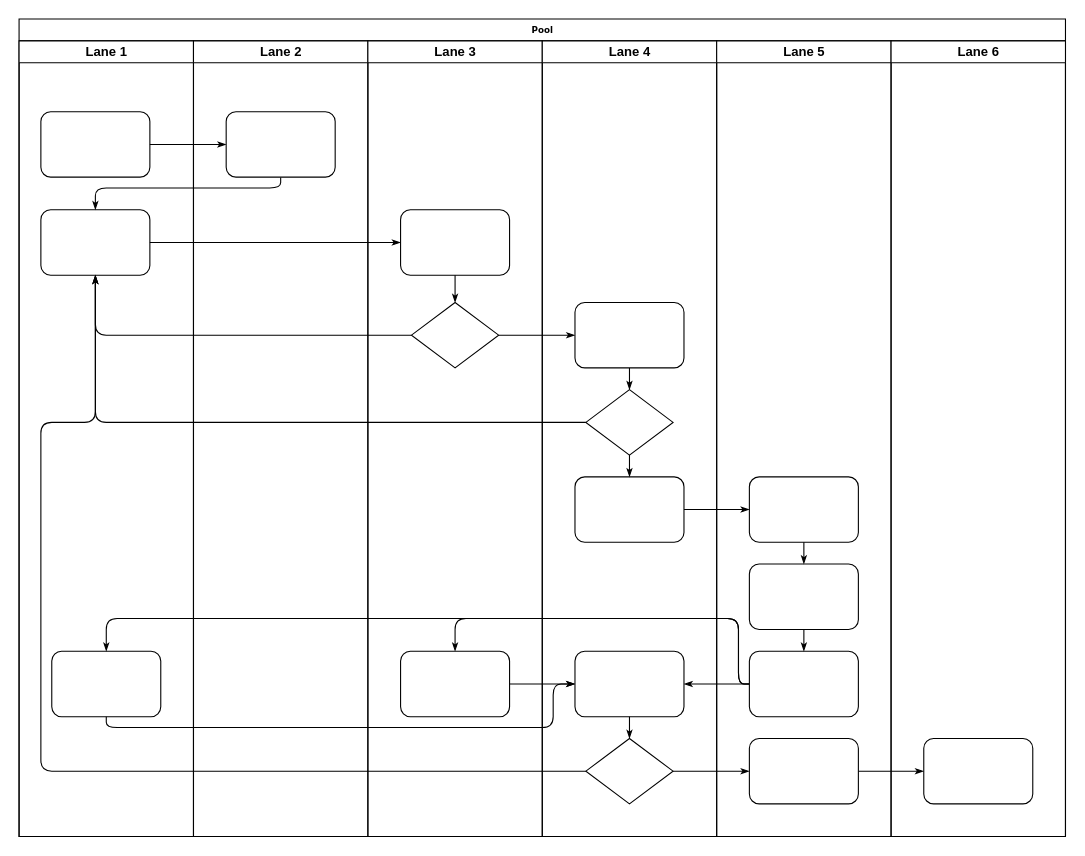
The draw.io diagram Java/Source/src/Untitled Diagram.drawio in showcup/Emoji, before the edit. Source tidied: cells renumbered, new cells numbered last; positions are measured from the earlier drawing's top-left corner, leaving out a move shared by most shapes. Both pictures are drawn from the tidied source at 109%, with x=0, y=0 at pixel (19, 19).
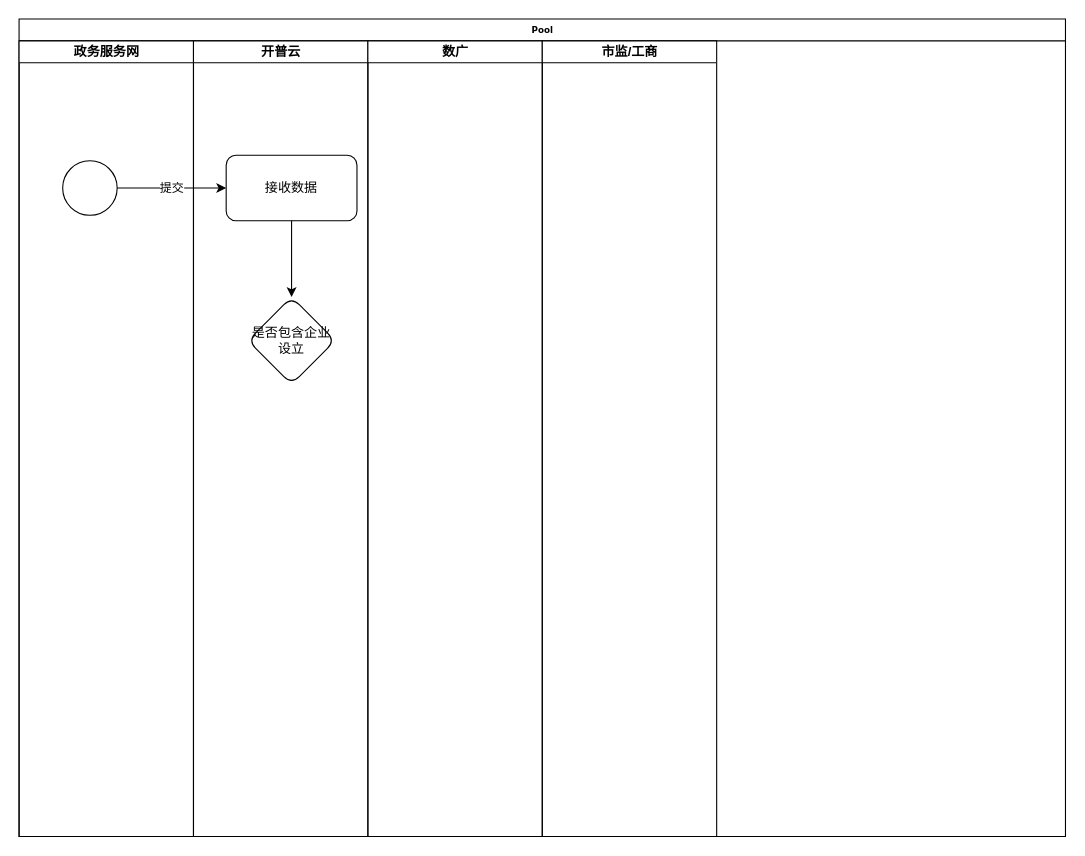
Above is the later version.

The change refers to these unchanged cells:
```xml
<mxCell id="2" value="Pool" style="swimlane;html=1;startSize=20;rounded=0;shadow=0;labelBackgroundColor=none;strokeWidth=1;fontFamily=Verdana;fontSize=8;align=center;" parent="1" vertex="1">
  <mxGeometry width="960" height="750" as="geometry" />
</mxCell>
```

Change to the diagram source:
```diff
@@
-    <mxCell id="3" value="Lane 1" style="swimlane;html=1;startSize=20;" parent="2" vertex="1">
+    <mxCell id="3" value="政务服务网" style="swimlane;html=1;startSize=20;" parent="2" vertex="1">
       <mxGeometry y="20" width="160" height="730" as="geometry" />
     </mxCell>
-    <mxCell id="4" style="rounded=1;whiteSpace=wrap;html=1;shadow=0;labelBackgroundColor=none;strokeWidth=1;fontFamily=Verdana;fontSize=8;align=center;" parent="3" vertex="1">
-      <mxGeometry x="20" y="65" width="100" height="60" as="geometry" />
-    </mxCell>
-    <mxCell id="5" style="rounded=1;whiteSpace=wrap;html=1;shadow=0;labelBackgroundColor=none;strokeWidth=1;fontFamily=Verdana;fontSize=8;align=center;" parent="3" vertex="1">
-      <mxGeometry x="20" y="155" width="100" height="60" as="geometry" />
-    </mxCell>
-    <mxCell id="6" style="rounded=1;whiteSpace=wrap;html=1;shadow=0;labelBackgroundColor=none;strokeWidth=1;fontFamily=Verdana;fontSize=8;align=center;" parent="3" vertex="1">
-      <mxGeometry x="30" y="560" width="100" height="60" as="geometry" />
-    </mxCell>
-    <mxCell id="7" style="edgeStyle=orthogonalEdgeStyle;rounded=1;html=1;labelBackgroundColor=none;startArrow=none;startFill=0;startSize=5;endArrow=classicThin;endFill=1;endSize=5;jettySize=auto;strokeWidth=1;fontFamily=Verdana;fontSize=8;" parent="2" edge="1" source="4" target="23">
-      <mxGeometry relative="1" as="geometry" />
-    </mxCell>
-    <mxCell id="8" style="edgeStyle=orthogonalEdgeStyle;rounded=1;html=1;labelBackgroundColor=none;startArrow=none;startFill=0;startSize=5;endArrow=classicThin;endFill=1;endSize=5;jettySize=auto;strokeWidth=1;fontFamily=Verdana;fontSize=8;" parent="2" edge="1" source="23" target="5">
-      <mxGeometry relative="1" as="geometry">
-        <Array as="points">
-          <mxPoint x="240" y="155" />
-          <mxPoint x="70" y="155" />
-        </Array>
-      </mxGeometry>
-    </mxCell>
-    <mxCell id="9" style="edgeStyle=orthogonalEdgeStyle;rounded=1;html=1;labelBackgroundColor=none;startArrow=none;startFill=0;startSize=5;endArrow=classicThin;endFill=1;endSize=5;jettySize=auto;strokeWidth=1;fontFamily=Verdana;fontSize=8;" parent="2" edge="1" source="5" target="25">
-      <mxGeometry relative="1" as="geometry" />
-    </mxCell>
-    <mxCell id="10" style="edgeStyle=orthogonalEdgeStyle;rounded=1;html=1;labelBackgroundColor=none;startArrow=none;startFill=0;startSize=5;endArrow=classicThin;endFill=1;endSize=5;jettySize=auto;strokeWidth=1;fontFamily=Verdana;fontSize=8;" parent="2" edge="1" source="26" target="5">
-      <mxGeometry relative="1" as="geometry" />
-    </mxCell>
-    <mxCell id="11" style="edgeStyle=orthogonalEdgeStyle;rounded=1;html=1;labelBackgroundColor=none;startArrow=none;startFill=0;startSize=5;endArrow=classicThin;endFill=1;endSize=5;jettySize=auto;strokeWidth=1;fontFamily=Verdana;fontSize=8;" parent="2" edge="1" source="31" target="5">
-      <mxGeometry relative="1" as="geometry" />
-    </mxCell>
-    <mxCell id="12" style="edgeStyle=orthogonalEdgeStyle;rounded=1;html=1;labelBackgroundColor=none;startArrow=none;startFill=0;startSize=5;endArrow=classicThin;endFill=1;endSize=5;jettySize=auto;strokeWidth=1;fontFamily=Verdana;fontSize=8;" parent="2" edge="1" source="34" target="5">
-      <mxGeometry relative="1" as="geometry">
-        <Array as="points">
-          <mxPoint x="20" y="690" />
-          <mxPoint x="20" y="370" />
-          <mxPoint x="70" y="370" />
-        </Array>
-      </mxGeometry>
-    </mxCell>
-    <mxCell id="13" style="edgeStyle=orthogonalEdgeStyle;rounded=1;html=1;labelBackgroundColor=none;startArrow=none;startFill=0;startSize=5;endArrow=classicThin;endFill=1;endSize=5;jettySize=auto;strokeWidth=1;fontFamily=Verdana;fontSize=8;" parent="2" edge="1" source="26" target="30">
-      <mxGeometry relative="1" as="geometry" />
-    </mxCell>
-    <mxCell id="14" style="edgeStyle=orthogonalEdgeStyle;rounded=1;html=1;labelBackgroundColor=none;startArrow=none;startFill=0;startSize=5;endArrow=classicThin;endFill=1;endSize=5;jettySize=auto;strokeWidth=1;fontFamily=Verdana;fontSize=8;" parent="2" edge="1" source="34" target="42">
-      <mxGeometry relative="1" as="geometry" />
-    </mxCell>
-    <mxCell id="15" style="edgeStyle=orthogonalEdgeStyle;rounded=1;html=1;labelBackgroundColor=none;startArrow=none;startFill=0;startSize=5;endArrow=classicThin;endFill=1;endSize=5;jettySize=auto;strokeWidth=1;fontFamily=Verdana;fontSize=8;" parent="2" edge="1" source="42" target="46">
-      <mxGeometry relative="1" as="geometry" />
-    </mxCell>
-    <mxCell id="16" style="edgeStyle=orthogonalEdgeStyle;rounded=1;html=1;labelBackgroundColor=none;startArrow=none;startFill=0;startSize=5;endArrow=classicThin;endFill=1;endSize=5;jettySize=auto;strokeWidth=1;fontFamily=Verdana;fontSize=8;" parent="2" edge="1" source="32" target="39">
-      <mxGeometry relative="1" as="geometry" />
-    </mxCell>
-    <mxCell id="17" style="edgeStyle=orthogonalEdgeStyle;rounded=1;html=1;labelBackgroundColor=none;startArrow=none;startFill=0;startSize=5;endArrow=classicThin;endFill=1;endSize=5;jettySize=auto;strokeWidth=1;fontFamily=Verdana;fontSize=8;" parent="2" edge="1" source="41" target="27">
-      <mxGeometry relative="1" as="geometry">
-        <Array as="points">
-          <mxPoint x="660" y="610" />
-          <mxPoint x="660" y="550" />
-          <mxPoint x="400" y="550" />
-        </Array>
-      </mxGeometry>
-    </mxCell>
-    <mxCell id="18" style="edgeStyle=orthogonalEdgeStyle;rounded=1;html=1;labelBackgroundColor=none;startArrow=none;startFill=0;startSize=5;endArrow=classicThin;endFill=1;endSize=5;jettySize=auto;strokeColor=#000000;strokeWidth=1;fontFamily=Verdana;fontSize=8;fontColor=#000000;" parent="2" edge="1" source="41" target="33">
-      <mxGeometry relative="1" as="geometry" />
-    </mxCell>
-    <mxCell id="19" style="edgeStyle=orthogonalEdgeStyle;rounded=1;html=1;labelBackgroundColor=none;startArrow=none;startFill=0;startSize=5;endArrow=classicThin;endFill=1;endSize=5;jettySize=auto;strokeWidth=1;fontFamily=Verdana;fontSize=8;" parent="2" edge="1" source="41" target="6">
-      <mxGeometry relative="1" as="geometry">
-        <Array as="points">
-          <mxPoint x="660" y="610" />
-          <mxPoint x="660" y="550" />
-          <mxPoint x="80" y="550" />
-        </Array>
-      </mxGeometry>
-    </mxCell>
-    <mxCell id="20" style="edgeStyle=orthogonalEdgeStyle;rounded=1;html=1;labelBackgroundColor=none;startArrow=none;startFill=0;startSize=5;endArrow=classicThin;endFill=1;endSize=5;jettySize=auto;strokeWidth=1;fontFamily=Verdana;fontSize=8;" parent="2" edge="1" source="6" target="33">
-      <mxGeometry relative="1" as="geometry">
-        <Array as="points">
-          <mxPoint x="80" y="650" />
-          <mxPoint x="490" y="650" />
-          <mxPoint x="490" y="610" />
-        </Array>
-      </mxGeometry>
-    </mxCell>
-    <mxCell id="21" style="edgeStyle=orthogonalEdgeStyle;rounded=1;html=1;labelBackgroundColor=none;startArrow=none;startFill=0;startSize=5;endArrow=classicThin;endFill=1;endSize=5;jettySize=auto;strokeWidth=1;fontFamily=Verdana;fontSize=8;" parent="2" edge="1" source="27" target="33">
-      <mxGeometry relative="1" as="geometry" />
-    </mxCell>
+    <mxCell id="47" style="ellipse;whiteSpace=wrap;html=1;" parent="3" vertex="1">
+      <mxGeometry x="40" y="110" width="50" height="50" as="geometry" />
+    </mxCell>
-    <mxCell id="22" value="Lane 2" style="swimlane;html=1;startSize=20;" parent="2" vertex="1">
+    <mxCell id="22" value="开普云" style="swimlane;html=1;startSize=20;" parent="2" vertex="1">
       <mxGeometry x="160" y="20" width="160" height="730" as="geometry" />
     </mxCell>
-    <mxCell id="23" style="rounded=1;whiteSpace=wrap;html=1;shadow=0;labelBackgroundColor=none;strokeWidth=1;fontFamily=Verdana;fontSize=8;align=center;" parent="22" vertex="1">
-      <mxGeometry x="30" y="65" width="100" height="60" as="geometry" />
-    </mxCell>
+    <mxCell id="48" value="接收数据" style="rounded=1;whiteSpace=wrap;html=1;" parent="22" vertex="1">
+      <mxGeometry x="30" y="105" width="120" height="60" as="geometry" />
+    </mxCell>
-    <mxCell id="24" value="Lane 3" style="swimlane;html=1;startSize=20;" parent="2" vertex="1">
+    <mxCell id="24" value="数广" style="swimlane;html=1;startSize=20;" parent="2" vertex="1">
       <mxGeometry x="320" y="20" width="160" height="730" as="geometry" />
     </mxCell>
-    <mxCell id="25" style="rounded=1;whiteSpace=wrap;html=1;shadow=0;labelBackgroundColor=none;strokeWidth=1;fontFamily=Verdana;fontSize=8;align=center;" parent="24" vertex="1">
-      <mxGeometry x="30" y="155" width="100" height="60" as="geometry" />
-    </mxCell>
-    <mxCell id="26" style="rhombus;whiteSpace=wrap;html=1;rounded=0;shadow=0;labelBackgroundColor=none;strokeWidth=1;fontFamily=Verdana;fontSize=8;align=center;" parent="24" vertex="1">
-      <mxGeometry x="40" y="240" width="80" height="60" as="geometry" />
-    </mxCell>
-    <mxCell id="27" style="rounded=1;whiteSpace=wrap;html=1;shadow=0;labelBackgroundColor=none;strokeWidth=1;fontFamily=Verdana;fontSize=8;align=center;" parent="24" vertex="1">
-      <mxGeometry x="30" y="560" width="100" height="60" as="geometry" />
-    </mxCell>
-    <mxCell id="28" style="edgeStyle=orthogonalEdgeStyle;rounded=1;html=1;labelBackgroundColor=none;startArrow=none;startFill=0;startSize=5;endArrow=classicThin;endFill=1;endSize=5;jettySize=auto;strokeWidth=1;fontFamily=Verdana;fontSize=8;" parent="24" edge="1" source="25" target="26">
-      <mxGeometry relative="1" as="geometry" />
-    </mxCell>
-    <mxCell id="29" value="Lane 4" style="swimlane;html=1;startSize=20;" parent="2" vertex="1">
-      <mxGeometry x="480" y="20" width="160" height="730" as="geometry" />
-    </mxCell>
-    <mxCell id="30" style="rounded=1;whiteSpace=wrap;html=1;shadow=0;labelBackgroundColor=none;strokeWidth=1;fontFamily=Verdana;fontSize=8;align=center;" parent="29" vertex="1">
-      <mxGeometry x="30" y="240" width="100" height="60" as="geometry" />
-    </mxCell>
-    <mxCell id="31" style="rhombus;whiteSpace=wrap;html=1;rounded=0;shadow=0;labelBackgroundColor=none;strokeWidth=1;fontFamily=Verdana;fontSize=8;align=center;" parent="29" vertex="1">
-      <mxGeometry x="40" y="320" width="80" height="60" as="geometry" />
-    </mxCell>
-    <mxCell id="32" style="rounded=1;whiteSpace=wrap;html=1;shadow=0;labelBackgroundColor=none;strokeWidth=1;fontFamily=Verdana;fontSize=8;align=center;" parent="29" vertex="1">
-      <mxGeometry x="30" y="400" width="100" height="60" as="geometry" />
-    </mxCell>
-    <mxCell id="33" style="rounded=1;whiteSpace=wrap;html=1;shadow=0;labelBackgroundColor=none;strokeWidth=1;fontFamily=Verdana;fontSize=8;align=center;" parent="29" vertex="1">
-      <mxGeometry x="30" y="560" width="100" height="60" as="geometry" />
-    </mxCell>
-    <mxCell id="34" style="rhombus;whiteSpace=wrap;html=1;rounded=0;shadow=0;labelBackgroundColor=none;strokeWidth=1;fontFamily=Verdana;fontSize=8;align=center;" parent="29" vertex="1">
-      <mxGeometry x="40" y="640" width="80" height="60" as="geometry" />
-    </mxCell>
-    <mxCell id="35" style="edgeStyle=orthogonalEdgeStyle;rounded=1;html=1;labelBackgroundColor=none;startArrow=none;startFill=0;startSize=5;endArrow=classicThin;endFill=1;endSize=5;jettySize=auto;strokeColor=#000000;strokeWidth=1;fontFamily=Verdana;fontSize=8;fontColor=#000000;" parent="29" edge="1" source="30" target="31">
-      <mxGeometry relative="1" as="geometry" />
-    </mxCell>
-    <mxCell id="36" style="edgeStyle=orthogonalEdgeStyle;rounded=1;html=1;labelBackgroundColor=none;startArrow=none;startFill=0;startSize=5;endArrow=classicThin;endFill=1;endSize=5;jettySize=auto;strokeWidth=1;fontFamily=Verdana;fontSize=8;" parent="29" edge="1" source="31" target="32">
-      <mxGeometry relative="1" as="geometry" />
-    </mxCell>
-    <mxCell id="37" style="edgeStyle=orthogonalEdgeStyle;rounded=1;html=1;labelBackgroundColor=none;startArrow=none;startFill=0;startSize=5;endArrow=classicThin;endFill=1;endSize=5;jettySize=auto;strokeWidth=1;fontFamily=Verdana;fontSize=8;" parent="29" edge="1" source="33" target="34">
-      <mxGeometry relative="1" as="geometry" />
-    </mxCell>
-    <mxCell id="38" value="Lane 5" style="swimlane;html=1;startSize=20;" parent="2" vertex="1">
-      <mxGeometry x="640" y="20" width="160" height="730" as="geometry" />
-    </mxCell>
-    <mxCell id="39" style="rounded=1;whiteSpace=wrap;html=1;shadow=0;labelBackgroundColor=none;strokeWidth=1;fontFamily=Verdana;fontSize=8;align=center;" parent="38" vertex="1">
-      <mxGeometry x="30" y="400" width="100" height="60" as="geometry" />
-    </mxCell>
-    <mxCell id="40" style="rounded=1;whiteSpace=wrap;html=1;shadow=0;labelBackgroundColor=none;strokeWidth=1;fontFamily=Verdana;fontSize=8;align=center;" parent="38" vertex="1">
-      <mxGeometry x="30" y="480" width="100" height="60" as="geometry" />
-    </mxCell>
-    <mxCell id="41" style="rounded=1;whiteSpace=wrap;html=1;shadow=0;labelBackgroundColor=none;strokeWidth=1;fontFamily=Verdana;fontSize=8;align=center;" parent="38" vertex="1">
-      <mxGeometry x="30" y="560" width="100" height="60" as="geometry" />
-    </mxCell>
-    <mxCell id="42" style="rounded=1;whiteSpace=wrap;html=1;shadow=0;labelBackgroundColor=none;strokeWidth=1;fontFamily=Verdana;fontSize=8;align=center;" parent="38" vertex="1">
-      <mxGeometry x="30" y="640" width="100" height="60" as="geometry" />
-    </mxCell>
-    <mxCell id="43" style="edgeStyle=orthogonalEdgeStyle;rounded=1;html=1;labelBackgroundColor=none;startArrow=none;startFill=0;startSize=5;endArrow=classicThin;endFill=1;endSize=5;jettySize=auto;strokeWidth=1;fontFamily=Verdana;fontSize=8;" parent="38" edge="1" source="39" target="40">
-      <mxGeometry relative="1" as="geometry" />
-    </mxCell>
-    <mxCell id="44" style="edgeStyle=orthogonalEdgeStyle;rounded=1;html=1;labelBackgroundColor=none;startArrow=none;startFill=0;startSize=5;endArrow=classicThin;endFill=1;endSize=5;jettySize=auto;strokeWidth=1;fontFamily=Verdana;fontSize=8;" parent="38" edge="1" source="40" target="41">
-      <mxGeometry relative="1" as="geometry" />
-    </mxCell>
-    <mxCell id="45" value="Lane 6" style="swimlane;html=1;startSize=20;" parent="2" vertex="1">
-      <mxGeometry x="800" y="20" width="160" height="730" as="geometry" />
-    </mxCell>
-    <mxCell id="46" style="rounded=1;whiteSpace=wrap;html=1;shadow=0;labelBackgroundColor=none;strokeWidth=1;fontFamily=Verdana;fontSize=8;align=center;" parent="45" vertex="1">
-      <mxGeometry x="30" y="640" width="100" height="60" as="geometry" />
-    </mxCell>
+    <mxCell id="49" value="市监/工商" style="swimlane;html=1;startSize=20;" parent="2" vertex="1">
+      <mxGeometry x="480" y="20" width="160" height="730" as="geometry" />
+    </mxCell>
+    <mxCell id="50" value="提交" style="edgeStyle=orthogonalEdgeStyle;rounded=0;jettySize=auto;html=1;entryX=0;entryY=0.5;entryDx=0;entryDy=0;" parent="2" edge="1" source="47" target="48">
+      <mxGeometry relative="1" as="geometry" />
+    </mxCell>
+    <mxCell id="51" value="是否包含企业设立" style="rhombus;whiteSpace=wrap;html=1;rounded=1;" parent="1" vertex="1">
+      <mxGeometry x="210" y="255" width="80" height="80" as="geometry" />
+    </mxCell>
+    <mxCell id="52" style="edgeStyle=orthogonalEdgeStyle;rounded=0;jettySize=auto;html=1;" parent="1" edge="1" source="48" target="51">
+      <mxGeometry relative="1" as="geometry" />
+    </mxCell>
```
